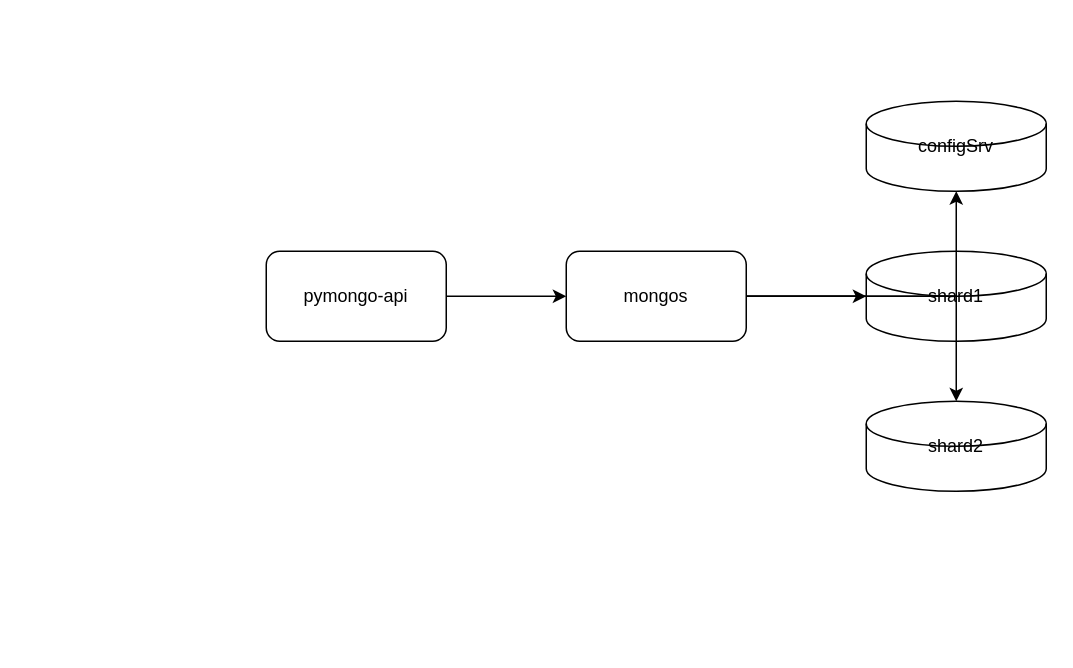
Earlier version of the draw.io diagram page "1. Sharding" (1 of 3) of diagrams/task1.drawio (akrasnikov-practicum-yandex/architecture-black_friday). Source tidied: cells renumbered, new cells numbered last; positions are measured from the earlier drawing's top-left corner, leaving out a move shared by most shapes. Both pictures are drawn from the tidied source at 150%, with x=0, y=0 at pixel (266, 100).
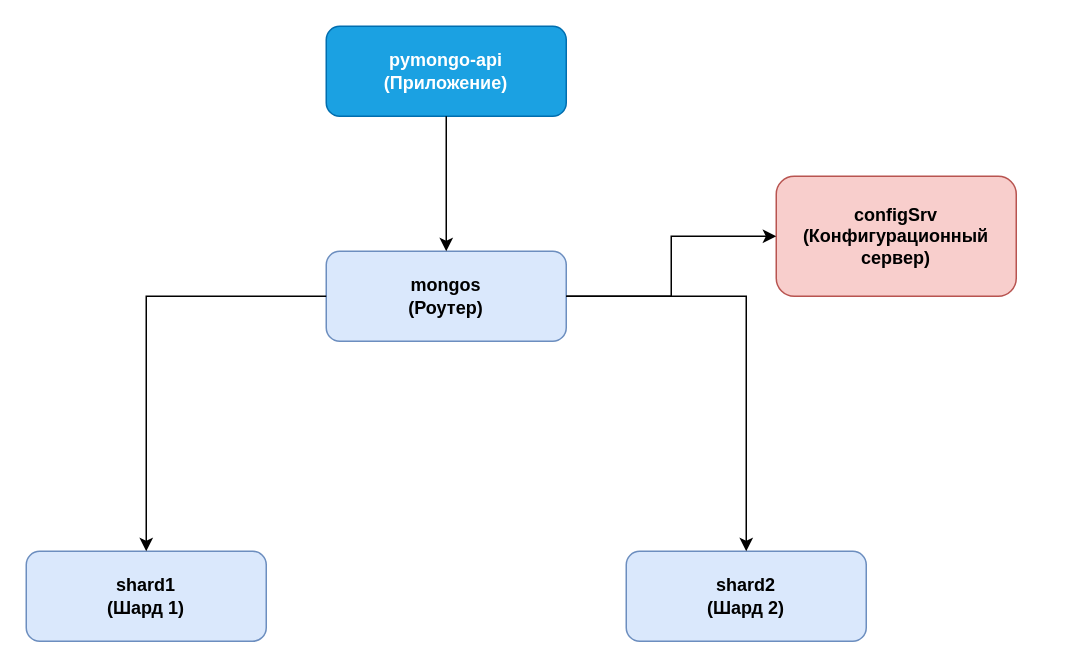
The same page after the edit.

Change to the diagram source:
```diff
@@
 <mxGraphModel>
   <root>
     <mxCell id="0" />
     <mxCell id="1" parent="0" />
-    <mxCell id="2" value="pymongo-api" style="rounded=1;whiteSpace=wrap;html=1;" parent="1" vertex="1">
-      <mxGeometry y="100" width="120" height="60" as="geometry" />
+    <mxCell id="2" value="pymongo-api&lt;br&gt;(Приложение)" style="rounded=1;whiteSpace=wrap;html=1;fillColor=#1ba1e2;fontColor=#ffffff;strokeColor=#006EAF;fontStyle=1;" parent="1" vertex="1">
+      <mxGeometry x="40" y="-50" width="160" height="60" as="geometry" />
     </mxCell>
-    <mxCell id="3" value="mongos" style="rounded=1;whiteSpace=wrap;html=1;" parent="1" vertex="1">
-      <mxGeometry x="200" y="100" width="120" height="60" as="geometry" />
+    <mxCell id="3" value="mongos&lt;br&gt;(Роутер)" style="rounded=1;whiteSpace=wrap;html=1;fillColor=#dae8fc;strokeColor=#6c8ebf;fontStyle=1;fontColor=#000000;" parent="1" vertex="1">
+      <mxGeometry x="40" y="100" width="160" height="60" as="geometry" />
     </mxCell>
-    <mxCell id="4" value="configSrv" style="shape=cylinder3;whiteSpace=wrap;html=1;" parent="1" vertex="1">
-      <mxGeometry x="400" width="120" height="60" as="geometry" />
+    <mxCell id="4" value="configSrv&lt;br&gt;(Конфигурационный сервер)" style="rounded=1;whiteSpace=wrap;html=1;fillColor=#f8cecc;strokeColor=#b85450;fontStyle=1;fontColor=#000000;" parent="1" vertex="1">
+      <mxGeometry x="340" y="50" width="160" height="80" as="geometry" />
     </mxCell>
-    <mxCell id="5" value="shard1" style="shape=cylinder3;whiteSpace=wrap;html=1;" parent="1" vertex="1">
-      <mxGeometry x="400" y="100" width="120" height="60" as="geometry" />
+    <mxCell id="5" value="shard1&lt;br&gt;(Шард 1)" style="rounded=1;whiteSpace=wrap;html=1;fillColor=#dae8fc;strokeColor=#6c8ebf;fontStyle=1;fontColor=#000000;" parent="1" vertex="1">
+      <mxGeometry x="-160" y="300" width="160" height="60" as="geometry" />
     </mxCell>
-    <mxCell id="6" value="shard2" style="shape=cylinder3;whiteSpace=wrap;html=1;" parent="1" vertex="1">
-      <mxGeometry x="400" y="200" width="120" height="60" as="geometry" />
+    <mxCell id="6" value="shard2&lt;br&gt;(Шард 2)" style="rounded=1;whiteSpace=wrap;html=1;fillColor=#dae8fc;strokeColor=#6c8ebf;fontStyle=1;fontColor=#000000;" parent="1" vertex="1">
+      <mxGeometry x="240" y="300" width="160" height="60" as="geometry" />
     </mxCell>
     <mxCell id="7" style="edgeStyle=orthogonalEdgeStyle;rounded=0;jettySize=auto;html=1;" parent="1" edge="1" source="2" target="3">
       <mxGeometry relative="1" as="geometry" />
     </mxCell>
-    <mxCell id="8" style="edgeStyle=orthogonalEdgeStyle;rounded=0;jettySize=auto;html=1;" parent="1" edge="1" source="3" target="4">
+    <mxCell id="8" style="edgeStyle=orthogonalEdgeStyle;rounded=0;jettySize=auto;html=1;exitX=1;exitY=0.5;exitDx=0;exitDy=0;entryX=0;entryY=0.5;entryDx=0;entryDy=0;" parent="1" edge="1" source="3" target="4">
       <mxGeometry relative="1" as="geometry" />
     </mxCell>
     <mxCell id="9" style="edgeStyle=orthogonalEdgeStyle;rounded=0;jettySize=auto;html=1;" parent="1" edge="1" source="3" target="5">
       <mxGeometry relative="1" as="geometry" />
     </mxCell>
     <mxCell id="10" style="edgeStyle=orthogonalEdgeStyle;rounded=0;jettySize=auto;html=1;" parent="1" edge="1" source="3" target="6">
       <mxGeometry relative="1" as="geometry" />
     </mxCell>
   </root>
 </mxGraphModel>
```
